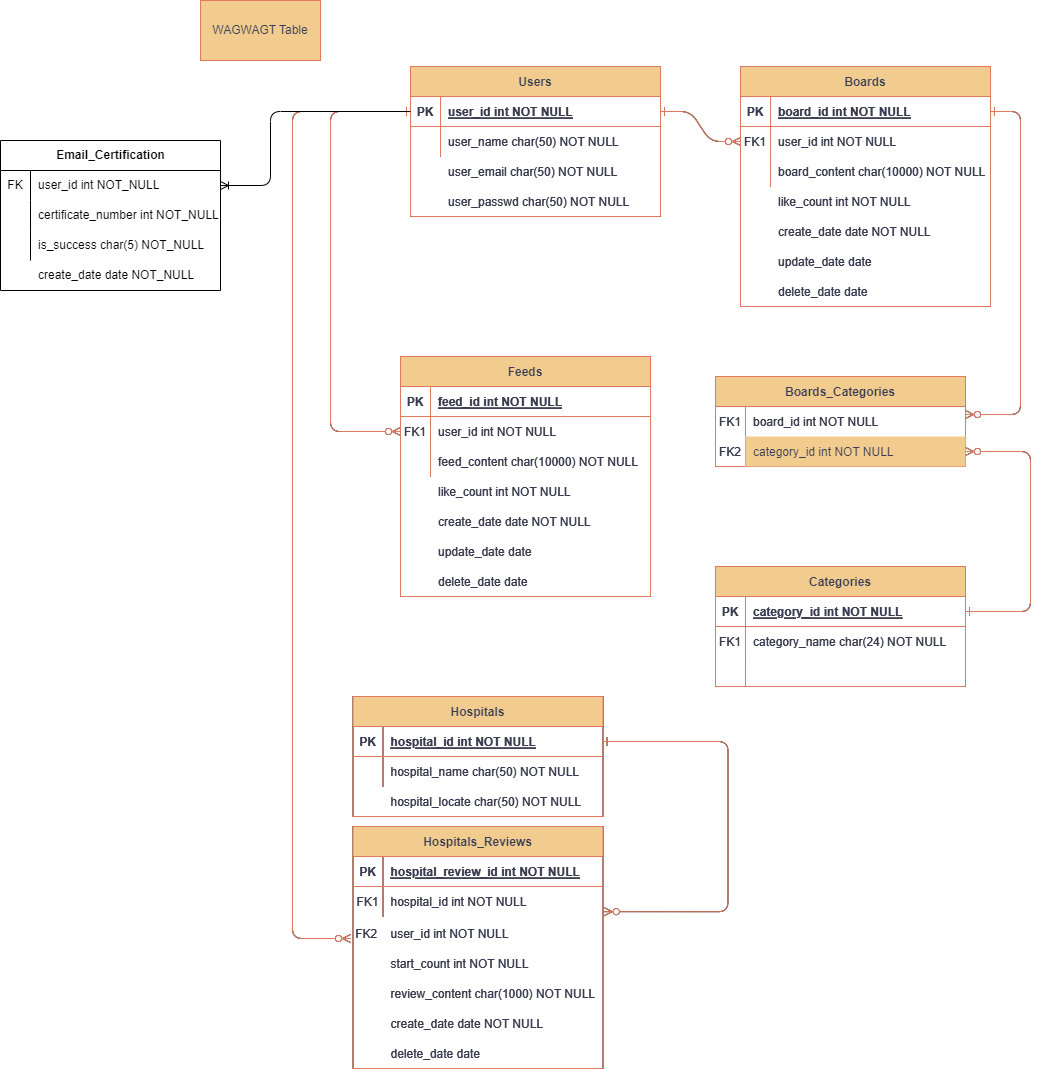
Above: wagwagt_table.drawio.png in jihoonLeee/borikkori_api (draw.io), before the change. Source tidied: cells renumbered, new cells last; positions are measured from the earlier drawing's top-left corner, leaving out a move shared by most shapes.
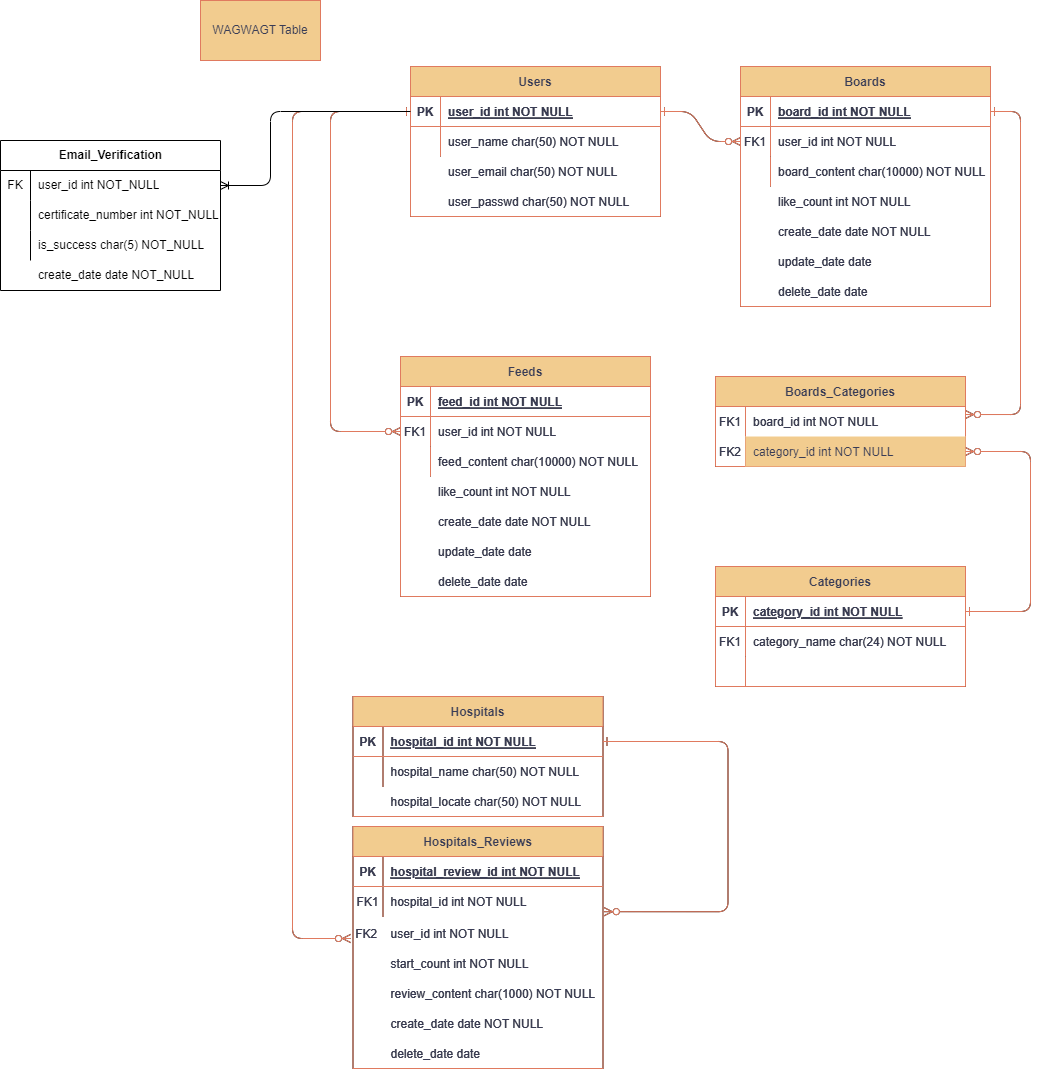
Later version of the same file.

The edit, as a diff of the source:
```diff
@@ -594,7 +594,7 @@
     <mxCell id="181" value="WAGWAGT Table" style="rounded=0;whiteSpace=wrap;html=1;labelBackgroundColor=none;fillColor=#F2CC8F;strokeColor=#E07A5F;fontColor=#393C56;" parent="1" vertex="1">
       <mxGeometry x="200" width="120" height="60" as="geometry" />
     </mxCell>
-    <mxCell id="182" value="Email_Certification" style="shape=table;startSize=30;rowLines=0;fontStyle=1;align=center;html=1;" parent="1" vertex="1">
+    <mxCell id="182" value="Email_Verification" style="shape=table;startSize=30;rowLines=0;fontStyle=1;align=center;html=1;" parent="1" vertex="1">
       <mxGeometry y="140" width="220" height="150" as="geometry" />
     </mxCell>
     <mxCell id="183" style="shape=tableRow;horizontal=0;startSize=0;swimlaneHead=0;swimlaneBody=0;fillColor=none;points=[[0,0.5],[1,0.5]];portConstraint=eastwest;top=0;left=0;right=0;bottom=0;" parent="182" vertex="1">
```
